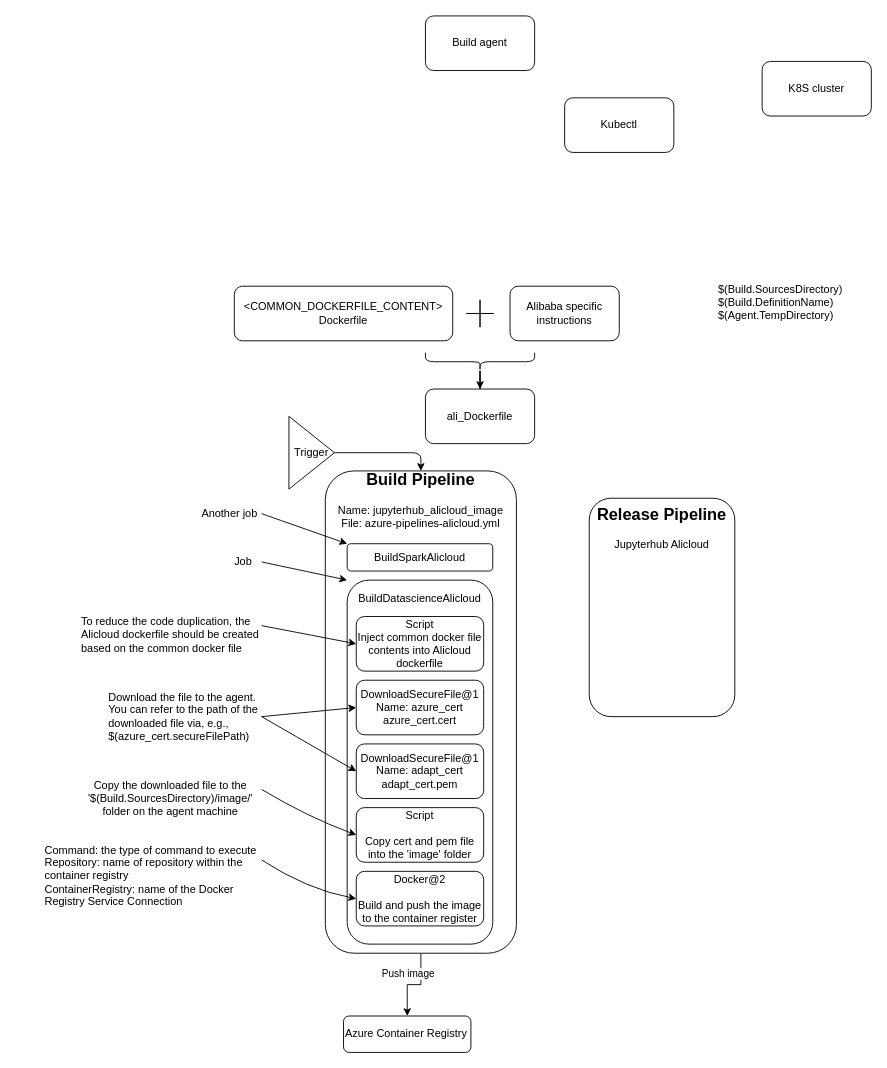
Before: azuredevops.drawio in huangdgm/webstore-v2.0, a draw.io diagram. Source tidied: cells renumbered, new cells numbered last; positions are measured from the earlier drawing's top-left corner, leaving out a move shared by most shapes. Both pictures are drawn from the tidied source at 91%, with x=0, y=0 at pixel (43, 15).
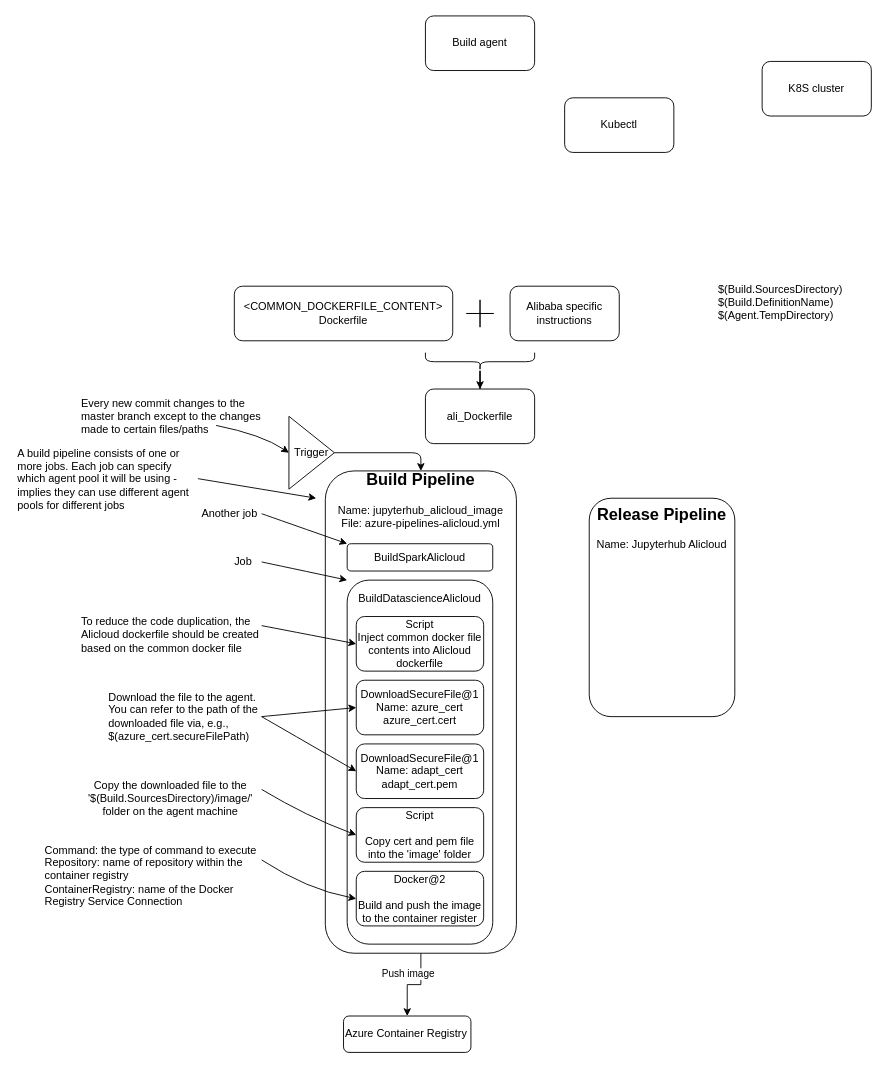
Above is the later version.

The change refers to these unchanged cells:
```xml
<mxCell id="32" value="Trigger" style="triangle;whiteSpace=wrap;html=1;" parent="1" vertex="1">
  <mxGeometry x="270" y="440" width="50" height="80" as="geometry" />
</mxCell>
```

What changed in the source:
```diff
@@
-    <mxCell id="13" value="&lt;h2&gt;Release Pipeline&lt;/h2&gt;Jupyterhub Alicloud" style="text;html=1;strokeColor=none;fillColor=none;align=center;verticalAlign=middle;whiteSpace=wrap;rounded=0;" parent="1" vertex="1">
+    <mxCell id="13" value="&lt;h2&gt;Release Pipeline&lt;/h2&gt;Name: Jupyterhub Alicloud" style="text;html=1;strokeColor=none;fillColor=none;align=center;verticalAlign=middle;whiteSpace=wrap;rounded=0;" parent="1" vertex="1">
       <mxGeometry x="600" y="537" width="160" height="35" as="geometry" />
     </mxCell>
@@
+    <mxCell id="42" value="Every new commit changes to the master branch except to the changes made to certain files/paths" style="text;html=1;strokeColor=none;fillColor=none;align=left;verticalAlign=middle;whiteSpace=wrap;rounded=0;" parent="1" vertex="1">
+      <mxGeometry x="40" y="430" width="200" height="20" as="geometry" />
+    </mxCell>
+    <mxCell id="43" style="curved=1;endArrow=classic;html=1;exitX=0.75;exitY=1;exitDx=0;exitDy=0;entryX=0;entryY=0.5;entryDx=0;entryDy=0;" parent="1" edge="1" source="42" target="32">
+      <mxGeometry relative="1" as="geometry">
+        <Array as="points">
+          <mxPoint x="240" y="460" />
+        </Array>
+      </mxGeometry>
+    </mxCell>
+    <mxCell id="44" value="A build pipeline consists of one or more jobs. Each job can specify which agent pool it will be using - implies they can use different agent pools for different jobs" style="text;html=1;strokeColor=none;fillColor=none;align=left;verticalAlign=middle;whiteSpace=wrap;rounded=0;" parent="1" vertex="1">
+      <mxGeometry x="-30" y="477" width="200" height="63" as="geometry" />
+    </mxCell>
+    <mxCell id="45" style="curved=1;endArrow=classic;html=1;exitX=1;exitY=0.5;exitDx=0;exitDy=0;" parent="1" edge="1" source="44">
+      <mxGeometry relative="1" as="geometry">
+        <mxPoint x="300" y="530" as="targetPoint" />
+      </mxGeometry>
+    </mxCell>
```
